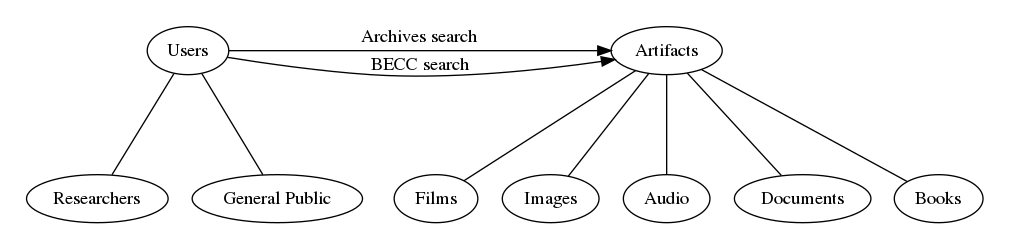
pnoom/bc-search keeps this Graphviz diagram as docs/graphviz/domain-model.png. Above is the earlier version. Its source is kept beside it as docs/graphviz/domain-model.gv. Its diagram source:
```dot

digraph domain {
  compound = true;
  node [shape=box];

  subgraph blah {
    edge [dir=none];

    subgraph cluster1 {
      color = white;
      node [shape=ellipse];
      u [label="Users"];
      r [label="Researchers"];
      g [label="General Public"];
    }

    subgraph cluster2 {
      color = white;
      node [shape=ellipse];
      ar [label="Artifacts"];
      f [label="Films"];
      i [label="Images"];
      a [label="Audio"];
      d [label="Documents"];
      b [label="Books"];
    }

    u -> {r; g};
    ar -> {f; i; a; d; b};
  }

  u -> ar [label="Archives search", constraint=false];
  u -> ar [label="BECC search", constraint=false];
}
```
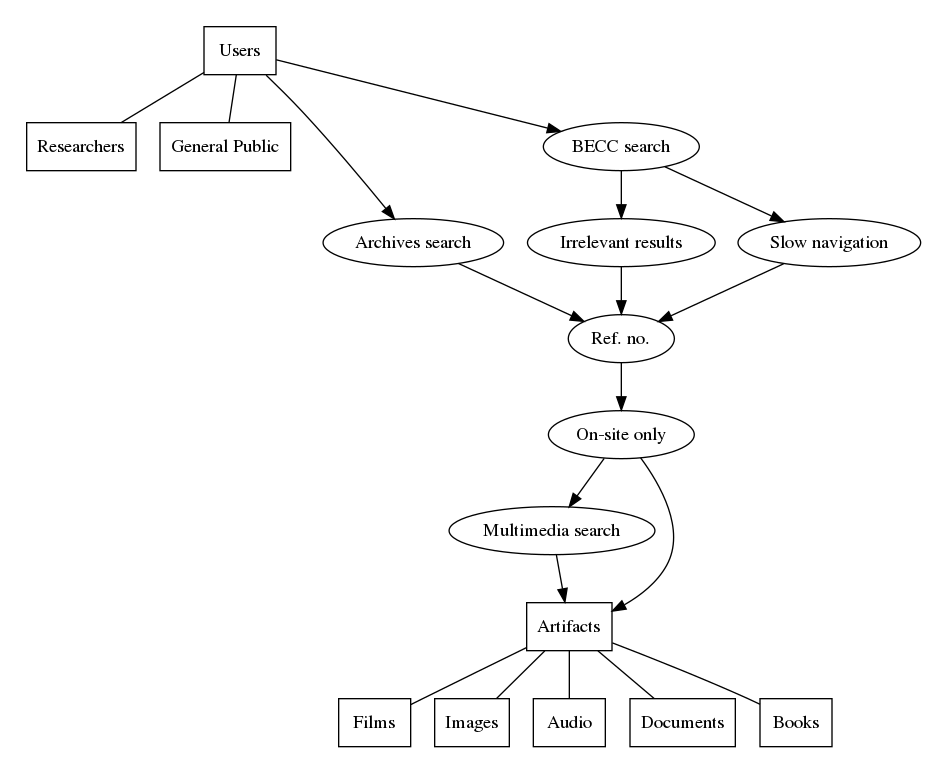
The same diagram one commit later.

Commit message:
Improved domain model graph to the point where it is understandable.

What changed in the source:
```diff
@@ -1,14 +1,15 @@
 
 digraph domain {
   compound = true;
-  node [shape=box];
+  node [shape=ellipse];
 
-  subgraph blah {
+  subgraph noarrows {
+    color = white;
     edge [dir=none];
 
     subgraph cluster1 {
       color = white;
-      node [shape=ellipse];
+      node [shape=box];
       u [label="Users"];
       r [label="Researchers"];
       g [label="General Public"];
@@ -16,7 +17,7 @@
 
     subgraph cluster2 {
       color = white;
-      node [shape=ellipse];
+      node [shape=box];
       ar [label="Artifacts"];
       f [label="Films"];
       i [label="Images"];
@@ -29,6 +30,23 @@
     ar -> {f; i; a; d; b};
   }
 
-  u -> ar [label="Archives search", constraint=false];
-  u -> ar [label="BECC search", constraint=false];
+  subgraph cluster3 {
+    color = white;
+    slow [label="Slow navigation"];
+    irrel [label="Irrelevant results"];
+    site [label="On-site only"];
+    ref [label="Ref. no."];
+    as [label="Archives search"];
+    becc [label="BECC search"];
+    mm [label="Multimedia search"];
+  }
+
+  u -> as -> ref;
+  u -> becc;
+  becc -> slow -> ref;
+  becc -> irrel -> ref;
+  ref -> site;
+  site -> mm;
+  mm -> ar;
+  site -> ar;
 }
```
